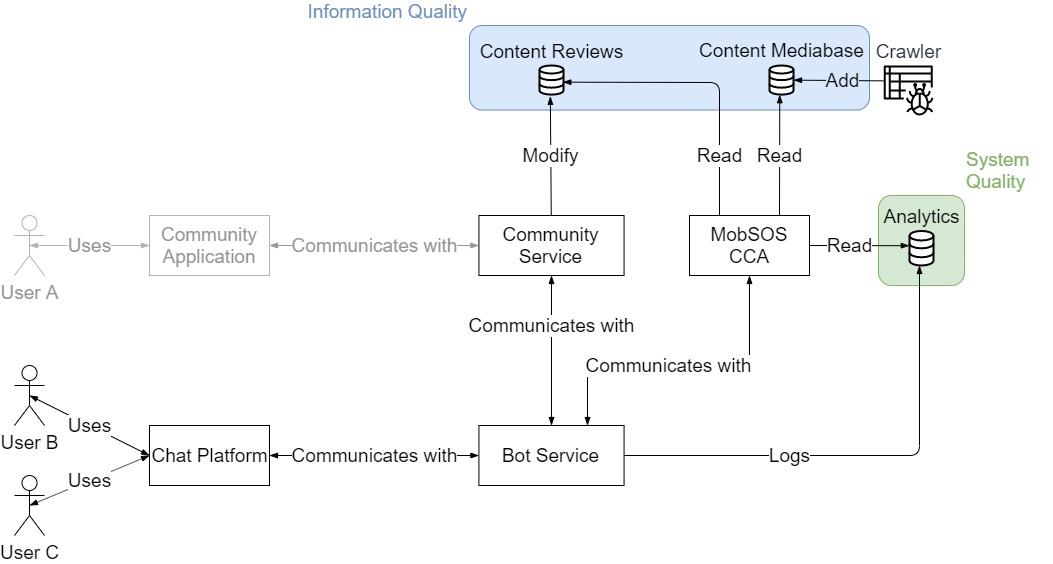
Above: figures/realization/Component_Diagramm.png in lakhoune/bachelor-thesis (draw.io), before the change. Source tidied: cells renumbered, new cells last; positions are measured from the earlier drawing's top-left corner, leaving out a move shared by most shapes. The source it was exported from:
```xml
<mxGraphModel background="#ffffff">
  <root>
    <mxCell id="0" />
    <mxCell id="1" parent="0" />
    <mxCell id="2" value="System Quality" style="rounded=1;whiteSpace=wrap;html=1;labelBackgroundColor=none;strokeColor=#82b366;fillColor=#d5e8d4;fontSize=19;labelPosition=right;verticalLabelPosition=top;align=left;verticalAlign=bottom;fontColor=#82B366;" parent="1" vertex="1">
      <mxGeometry x="864" y="170" width="86" height="90" as="geometry" />
    </mxCell>
    <mxCell id="3" value="Information Quality" style="rounded=1;whiteSpace=wrap;html=1;strokeColor=#6c8ebf;fillColor=#dae8fc;fontSize=19;labelPosition=left;verticalLabelPosition=top;align=right;verticalAlign=bottom;fontColor=#6C8EBF;labelBorderColor=none;" parent="1" vertex="1">
      <mxGeometry x="455" width="400" height="84.5" as="geometry" />
    </mxCell>
    <mxCell id="4" value="Uses" style="rounded=0;jettySize=auto;html=1;endArrow=blockThin;endFill=1;startArrow=blockThin;startFill=1;fontSize=19;entryX=0;entryY=0.5;entryDx=0;entryDy=0;exitX=0.5;exitY=0.5;exitDx=0;exitDy=0;exitPerimeter=0;" parent="1" edge="1" source="5" target="7">
      <mxGeometry relative="1" as="geometry" />
    </mxCell>
    <mxCell id="5" value="User B" style="shape=umlActor;verticalLabelPosition=bottom;labelBackgroundColor=#ffffff;verticalAlign=top;html=1;outlineConnect=0;fontSize=19;" parent="1" vertex="1">
      <mxGeometry y="340" width="30" height="60" as="geometry" />
    </mxCell>
    <mxCell id="6" style="group;fontSize=19;" parent="1" vertex="1">
      <mxGeometry x="135" y="400" width="125" height="60" as="geometry" />
    </mxCell>
    <mxCell id="7" style="rounded=0;whiteSpace=wrap;html=1;fontSize=19;" parent="6" vertex="1">
      <mxGeometry width="120" height="60" as="geometry" />
    </mxCell>
    <mxCell id="8" value="Chat Platform" style="text;html=1;align=center;verticalAlign=middle;fontSize=19;" parent="6" vertex="1">
      <mxGeometry x="-5" y="15" width="130" height="30" as="geometry" />
    </mxCell>
    <mxCell id="9" value="Communicates with" style="edgeStyle=orthogonalEdgeStyle;rounded=0;jettySize=auto;html=1;startArrow=blockThin;startFill=1;endArrow=blockThin;endFill=1;fontSize=19;" parent="1" edge="1" source="7" target="11">
      <mxGeometry relative="1" as="geometry" />
    </mxCell>
    <mxCell id="10" style="group;fontSize=19;" parent="1" vertex="1">
      <mxGeometry x="464.4" y="400" width="145.1" height="60" as="geometry" />
    </mxCell>
    <mxCell id="11" value="Bot Service" style="rounded=0;whiteSpace=wrap;html=1;fontSize=19;" parent="10" vertex="1">
      <mxGeometry width="145.1" height="60" as="geometry" />
    </mxCell>
    <mxCell id="12" value="Communicates with" style="rounded=0;jettySize=auto;html=1;startArrow=blockThin;startFill=1;endArrow=blockThin;endFill=1;entryX=0.5;entryY=0;entryDx=0;entryDy=0;exitX=0.5;exitY=1;exitDx=0;exitDy=0;fontSize=19;" parent="1" edge="1" source="22" target="11">
      <mxGeometry x="-0.33" relative="1" as="geometry" />
    </mxCell>
    <mxCell id="13" value="Communicates with" style="rounded=1;jettySize=auto;html=1;startArrow=blockThin;startFill=1;endArrow=blockThin;endFill=1;exitX=0.5;exitY=1;exitDx=0;exitDy=0;entryX=0.75;entryY=0;entryDx=0;entryDy=0;fontSize=19;edgeStyle=orthogonalEdgeStyle;" parent="1" edge="1" source="25" target="11">
      <mxGeometry x="0.1" relative="1" as="geometry">
        <Array as="points">
          <mxPoint x="715" y="340" />
          <mxPoint x="573" y="340" />
        </Array>
      </mxGeometry>
    </mxCell>
    <mxCell id="14" value="Modify" style="endArrow=blockThin;html=1;entryX=0.451;entryY=1.06;entryDx=0;entryDy=0;endFill=1;entryPerimeter=0;fontSize=19;" parent="1" edge="1" source="22" target="15">
      <mxGeometry relative="1" as="geometry" />
    </mxCell>
    <mxCell id="15" value="Content Reviews" style="html=1;verticalLabelPosition=top;align=center;labelBackgroundColor=none;verticalAlign=bottom;strokeWidth=2;strokeColor=#000000;shadow=0;dashed=0;shape=mxgraph.ios7.icons.data;labelPosition=center;fontSize=19;" parent="1" vertex="1">
      <mxGeometry x="525" y="40" width="24" height="29.1" as="geometry" />
    </mxCell>
    <mxCell id="16" value="Read" style="endArrow=none;html=1;entryX=0.25;entryY=0;entryDx=0;entryDy=0;exitX=0.972;exitY=0.573;exitDx=0;exitDy=0;exitPerimeter=0;startArrow=blockThin;startFill=1;endFill=0;fontSize=19;edgeStyle=orthogonalEdgeStyle;rounded=1;strokeWidth=1;strokeColor=#000000;" parent="1" edge="1" source="15" target="25">
      <mxGeometry x="0.59" relative="1" as="geometry" />
    </mxCell>
    <mxCell id="17" value="Read" style="edgeStyle=none;rounded=0;jettySize=auto;html=1;startArrow=none;startFill=0;endArrow=blockThin;endFill=1;entryX=0.428;entryY=1.004;entryDx=0;entryDy=0;entryPerimeter=0;fontSize=19;exitX=0.75;exitY=0;exitDx=0;exitDy=0;" parent="1" edge="1" source="25" target="19">
      <mxGeometry relative="1" as="geometry" />
    </mxCell>
    <mxCell id="18" value="Analytics" style="html=1;verticalLabelPosition=top;align=center;labelBackgroundColor=none;verticalAlign=bottom;strokeWidth=2;strokeColor=#000000;shadow=0;dashed=0;shape=mxgraph.ios7.icons.data;labelPosition=center;fontSize=19;" parent="1" vertex="1">
      <mxGeometry x="895" y="205.5" width="24" height="34.5" as="geometry" />
    </mxCell>
    <mxCell id="19" value="Content Mediabase" style="html=1;verticalLabelPosition=top;align=center;labelBackgroundColor=none;verticalAlign=middle;strokeWidth=2;strokeColor=#000000;shadow=0;dashed=0;shape=mxgraph.ios7.icons.data;labelPosition=center;fontSize=19;horizontal=1;spacingBottom=0;" parent="1" vertex="1">
      <mxGeometry x="755" y="40" width="24" height="29.1" as="geometry" />
    </mxCell>
    <mxCell id="20" value="Read" style="endArrow=blockThin;html=1;exitX=1;exitY=0.5;exitDx=0;exitDy=0;endFill=1;fontSize=19;entryX=-0.008;entryY=0.427;entryDx=0;entryDy=0;entryPerimeter=0;" parent="1" edge="1" source="25" target="18">
      <mxGeometry x="-0.2" relative="1" as="geometry" />
    </mxCell>
    <mxCell id="21" value="Logs" style="endArrow=blockThin;html=1;exitX=1;exitY=0.5;exitDx=0;exitDy=0;edgeStyle=orthogonalEdgeStyle;endFill=1;fontSize=19;" parent="1" edge="1" source="11">
      <mxGeometry x="-0.32" relative="1" as="geometry">
        <mxPoint x="905" y="240" as="targetPoint" />
      </mxGeometry>
    </mxCell>
    <mxCell id="22" value="Community Service" style="rounded=0;whiteSpace=wrap;html=1;strokeColor=#000000;fontSize=19;" parent="1" vertex="1">
      <mxGeometry x="464.4" y="190" width="145.1" height="60" as="geometry" />
    </mxCell>
    <mxCell id="23" value="User C" style="shape=umlActor;verticalLabelPosition=bottom;labelBackgroundColor=#ffffff;verticalAlign=top;html=1;outlineConnect=0;fontSize=19;" parent="1" vertex="1">
      <mxGeometry y="450" width="30" height="60" as="geometry" />
    </mxCell>
    <mxCell id="24" value="Uses" style="endArrow=blockThin;startArrow=blockThin;html=1;fontSize=19;entryX=0;entryY=0.5;entryDx=0;entryDy=0;startFill=1;endFill=1;exitX=0.5;exitY=0.5;exitDx=0;exitDy=0;exitPerimeter=0;" parent="1" edge="1" source="23" target="7">
      <mxGeometry relative="1" as="geometry" />
    </mxCell>
    <mxCell id="25" value="MobSOS CCA" style="rounded=0;whiteSpace=wrap;html=1;strokeColor=#000000;fontSize=19;" parent="1" vertex="1">
      <mxGeometry x="675" y="190" width="120" height="60" as="geometry" />
    </mxCell>
    <mxCell id="26" value="User A" style="shape=umlActor;verticalLabelPosition=bottom;labelBackgroundColor=#ffffff;verticalAlign=top;html=1;outlineConnect=0;strokeColor=#B3B3B3;fontSize=19;fontColor=#969696;" parent="1" vertex="1">
      <mxGeometry y="190" width="30" height="60" as="geometry" />
    </mxCell>
    <mxCell id="27" value="Communicates with" style="edgeStyle=none;jettySize=auto;html=1;startArrow=blockThin;startFill=1;endArrow=blockThin;endFill=1;fontSize=19;strokeColor=#969696;fontColor=#969696;" parent="1" edge="1" source="29" target="22">
      <mxGeometry relative="1" as="geometry" />
    </mxCell>
    <mxCell id="28" value="Uses" style="edgeStyle=none;jettySize=auto;html=1;entryX=0.5;entryY=0.5;entryDx=0;entryDy=0;entryPerimeter=0;startArrow=blockThin;startFill=1;endArrow=blockThin;endFill=1;fontSize=19;strokeColor=#B3B3B3;fontColor=#969696;" parent="1" edge="1" source="29" target="26">
      <mxGeometry relative="1" as="geometry" />
    </mxCell>
    <mxCell id="29" value="Community Application" style="rounded=0;whiteSpace=wrap;html=1;strokeColor=#B3B3B3;fontSize=19;fontColor=#969696;" parent="1" vertex="1">
      <mxGeometry x="135" y="190" width="120" height="60" as="geometry" />
    </mxCell>
    <mxCell id="30" value="Crawler" style="outlineConnect=0;fontColor=#232F3E;gradientColor=none;fillColor=#000000;strokeColor=none;dashed=0;verticalLabelPosition=top;verticalAlign=bottom;align=center;html=1;fontSize=19;fontStyle=0;shape=mxgraph.aws4.glue_crawlers;labelPosition=center;" parent="1" vertex="1">
      <mxGeometry x="869" y="40" width="50" height="50" as="geometry" />
    </mxCell>
    <mxCell id="31" value="Add" style="endArrow=blockThin;html=1;fontSize=19;endFill=1;exitX=0;exitY=0.307;exitDx=0;exitDy=0;exitPerimeter=0;labelBackgroundColor=#DAE8FC;" parent="1" edge="1" source="30" target="19">
      <mxGeometry x="-0.1" relative="1" as="geometry" />
    </mxCell>
  </root>
</mxGraphModel>
```
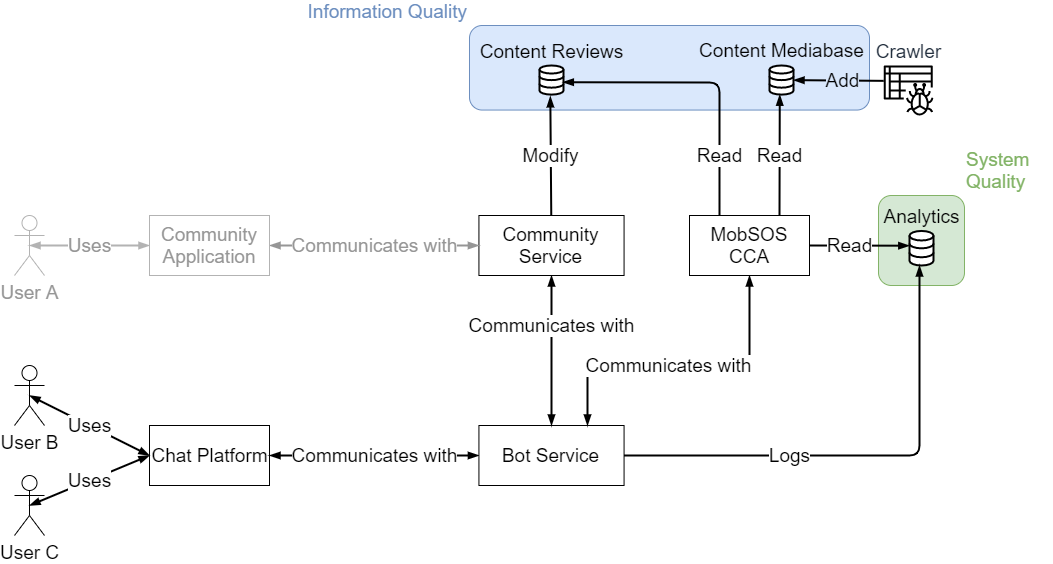
After the change.

Commit message:
[2] MobSOS CCA

Diff of the diagram source:
```diff
@@ -8,7 +8,7 @@
     <mxCell id="3" value="Information Quality" style="rounded=1;whiteSpace=wrap;html=1;strokeColor=#6c8ebf;fillColor=#dae8fc;fontSize=19;labelPosition=left;verticalLabelPosition=top;align=right;verticalAlign=bottom;fontColor=#6C8EBF;labelBorderColor=none;" parent="1" vertex="1">
       <mxGeometry x="455" width="400" height="84.5" as="geometry" />
     </mxCell>
-    <mxCell id="4" value="Uses" style="rounded=0;jettySize=auto;html=1;endArrow=blockThin;endFill=1;startArrow=blockThin;startFill=1;fontSize=19;entryX=0;entryY=0.5;entryDx=0;entryDy=0;exitX=0.5;exitY=0.5;exitDx=0;exitDy=0;exitPerimeter=0;" parent="1" edge="1" source="5" target="7">
+    <mxCell id="4" value="Uses" style="rounded=0;jettySize=auto;html=1;endArrow=blockThin;endFill=1;startArrow=blockThin;startFill=1;fontSize=19;entryX=0;entryY=0.5;entryDx=0;entryDy=0;exitX=0.5;exitY=0.5;exitDx=0;exitDy=0;exitPerimeter=0;strokeWidth=2;" parent="1" edge="1" source="5" target="7">
       <mxGeometry relative="1" as="geometry" />
     </mxCell>
     <mxCell id="5" value="User B" style="shape=umlActor;verticalLabelPosition=bottom;labelBackgroundColor=#ffffff;verticalAlign=top;html=1;outlineConnect=0;fontSize=19;" parent="1" vertex="1">
@@ -23,7 +23,7 @@
     <mxCell id="8" value="Chat Platform" style="text;html=1;align=center;verticalAlign=middle;fontSize=19;" parent="6" vertex="1">
       <mxGeometry x="-5" y="15" width="130" height="30" as="geometry" />
     </mxCell>
-    <mxCell id="9" value="Communicates with" style="edgeStyle=orthogonalEdgeStyle;rounded=0;jettySize=auto;html=1;startArrow=blockThin;startFill=1;endArrow=blockThin;endFill=1;fontSize=19;" parent="1" edge="1" source="7" target="11">
+    <mxCell id="9" value="Communicates with" style="edgeStyle=orthogonalEdgeStyle;rounded=0;jettySize=auto;html=1;startArrow=blockThin;startFill=1;endArrow=blockThin;endFill=1;fontSize=19;strokeWidth=2;" parent="1" edge="1" source="7" target="11">
       <mxGeometry relative="1" as="geometry" />
     </mxCell>
     <mxCell id="10" style="group;fontSize=19;" parent="1" vertex="1">
@@ -32,10 +32,10 @@
     <mxCell id="11" value="Bot Service" style="rounded=0;whiteSpace=wrap;html=1;fontSize=19;" parent="10" vertex="1">
       <mxGeometry width="145.1" height="60" as="geometry" />
     </mxCell>
-    <mxCell id="12" value="Communicates with" style="rounded=0;jettySize=auto;html=1;startArrow=blockThin;startFill=1;endArrow=blockThin;endFill=1;entryX=0.5;entryY=0;entryDx=0;entryDy=0;exitX=0.5;exitY=1;exitDx=0;exitDy=0;fontSize=19;" parent="1" edge="1" source="22" target="11">
+    <mxCell id="12" value="Communicates with" style="rounded=0;jettySize=auto;html=1;startArrow=blockThin;startFill=1;endArrow=blockThin;endFill=1;entryX=0.5;entryY=0;entryDx=0;entryDy=0;exitX=0.5;exitY=1;exitDx=0;exitDy=0;fontSize=19;strokeWidth=2;" parent="1" edge="1" source="22" target="11">
       <mxGeometry x="-0.33" relative="1" as="geometry" />
     </mxCell>
-    <mxCell id="13" value="Communicates with" style="rounded=1;jettySize=auto;html=1;startArrow=blockThin;startFill=1;endArrow=blockThin;endFill=1;exitX=0.5;exitY=1;exitDx=0;exitDy=0;entryX=0.75;entryY=0;entryDx=0;entryDy=0;fontSize=19;edgeStyle=orthogonalEdgeStyle;" parent="1" edge="1" source="25" target="11">
+    <mxCell id="13" value="Communicates with" style="rounded=1;jettySize=auto;html=1;startArrow=blockThin;startFill=1;endArrow=blockThin;endFill=1;exitX=0.5;exitY=1;exitDx=0;exitDy=0;entryX=0.75;entryY=0;entryDx=0;entryDy=0;fontSize=19;edgeStyle=orthogonalEdgeStyle;strokeWidth=2;" parent="1" edge="1" source="25" target="11">
       <mxGeometry x="0.1" relative="1" as="geometry">
         <Array as="points">
           <mxPoint x="715" y="340" />
@@ -43,16 +43,16 @@
         </Array>
       </mxGeometry>
     </mxCell>
-    <mxCell id="14" value="Modify" style="endArrow=blockThin;html=1;entryX=0.451;entryY=1.06;entryDx=0;entryDy=0;endFill=1;entryPerimeter=0;fontSize=19;" parent="1" edge="1" source="22" target="15">
+    <mxCell id="14" value="Modify" style="endArrow=blockThin;html=1;entryX=0.451;entryY=1.06;entryDx=0;entryDy=0;endFill=1;entryPerimeter=0;fontSize=19;strokeWidth=2;" parent="1" edge="1" source="22" target="15">
       <mxGeometry relative="1" as="geometry" />
     </mxCell>
     <mxCell id="15" value="Content Reviews" style="html=1;verticalLabelPosition=top;align=center;labelBackgroundColor=none;verticalAlign=bottom;strokeWidth=2;strokeColor=#000000;shadow=0;dashed=0;shape=mxgraph.ios7.icons.data;labelPosition=center;fontSize=19;" parent="1" vertex="1">
       <mxGeometry x="525" y="40" width="24" height="29.1" as="geometry" />
     </mxCell>
-    <mxCell id="16" value="Read" style="endArrow=none;html=1;entryX=0.25;entryY=0;entryDx=0;entryDy=0;exitX=0.972;exitY=0.573;exitDx=0;exitDy=0;exitPerimeter=0;startArrow=blockThin;startFill=1;endFill=0;fontSize=19;edgeStyle=orthogonalEdgeStyle;rounded=1;strokeWidth=1;strokeColor=#000000;" parent="1" edge="1" source="15" target="25">
+    <mxCell id="16" value="Read" style="endArrow=none;html=1;entryX=0.25;entryY=0;entryDx=0;entryDy=0;exitX=0.972;exitY=0.573;exitDx=0;exitDy=0;exitPerimeter=0;startArrow=blockThin;startFill=1;endFill=0;fontSize=19;edgeStyle=orthogonalEdgeStyle;rounded=1;strokeWidth=2;strokeColor=#000000;" parent="1" edge="1" source="15" target="25">
       <mxGeometry x="0.59" relative="1" as="geometry" />
     </mxCell>
-    <mxCell id="17" value="Read" style="edgeStyle=none;rounded=0;jettySize=auto;html=1;startArrow=none;startFill=0;endArrow=blockThin;endFill=1;entryX=0.428;entryY=1.004;entryDx=0;entryDy=0;entryPerimeter=0;fontSize=19;exitX=0.75;exitY=0;exitDx=0;exitDy=0;" parent="1" edge="1" source="25" target="19">
+    <mxCell id="17" value="Read" style="edgeStyle=none;rounded=0;jettySize=auto;html=1;startArrow=none;startFill=0;endArrow=blockThin;endFill=1;entryX=0.428;entryY=1.004;entryDx=0;entryDy=0;entryPerimeter=0;fontSize=19;exitX=0.75;exitY=0;exitDx=0;exitDy=0;strokeWidth=2;" parent="1" edge="1" source="25" target="19">
       <mxGeometry relative="1" as="geometry" />
     </mxCell>
     <mxCell id="18" value="Analytics" style="html=1;verticalLabelPosition=top;align=center;labelBackgroundColor=none;verticalAlign=bottom;strokeWidth=2;strokeColor=#000000;shadow=0;dashed=0;shape=mxgraph.ios7.icons.data;labelPosition=center;fontSize=19;" parent="1" vertex="1">
@@ -61,10 +61,10 @@
     <mxCell id="19" value="Content Mediabase" style="html=1;verticalLabelPosition=top;align=center;labelBackgroundColor=none;verticalAlign=middle;strokeWidth=2;strokeColor=#000000;shadow=0;dashed=0;shape=mxgraph.ios7.icons.data;labelPosition=center;fontSize=19;horizontal=1;spacingBottom=0;" parent="1" vertex="1">
       <mxGeometry x="755" y="40" width="24" height="29.1" as="geometry" />
     </mxCell>
-    <mxCell id="20" value="Read" style="endArrow=blockThin;html=1;exitX=1;exitY=0.5;exitDx=0;exitDy=0;endFill=1;fontSize=19;entryX=-0.008;entryY=0.427;entryDx=0;entryDy=0;entryPerimeter=0;" parent="1" edge="1" source="25" target="18">
+    <mxCell id="20" value="Read" style="endArrow=blockThin;html=1;exitX=1;exitY=0.5;exitDx=0;exitDy=0;endFill=1;fontSize=19;entryX=-0.008;entryY=0.427;entryDx=0;entryDy=0;entryPerimeter=0;strokeWidth=2;" parent="1" edge="1" source="25" target="18">
       <mxGeometry x="-0.2" relative="1" as="geometry" />
     </mxCell>
-    <mxCell id="21" value="Logs" style="endArrow=blockThin;html=1;exitX=1;exitY=0.5;exitDx=0;exitDy=0;edgeStyle=orthogonalEdgeStyle;endFill=1;fontSize=19;" parent="1" edge="1" source="11">
+    <mxCell id="21" value="Logs" style="endArrow=blockThin;html=1;exitX=1;exitY=0.5;exitDx=0;exitDy=0;edgeStyle=orthogonalEdgeStyle;endFill=1;fontSize=19;strokeWidth=2;" parent="1" edge="1" source="11">
       <mxGeometry x="-0.32" relative="1" as="geometry">
         <mxPoint x="905" y="240" as="targetPoint" />
       </mxGeometry>
@@ -75,7 +75,7 @@
     <mxCell id="23" value="User C" style="shape=umlActor;verticalLabelPosition=bottom;labelBackgroundColor=#ffffff;verticalAlign=top;html=1;outlineConnect=0;fontSize=19;" parent="1" vertex="1">
       <mxGeometry y="450" width="30" height="60" as="geometry" />
     </mxCell>
-    <mxCell id="24" value="Uses" style="endArrow=blockThin;startArrow=blockThin;html=1;fontSize=19;entryX=0;entryY=0.5;entryDx=0;entryDy=0;startFill=1;endFill=1;exitX=0.5;exitY=0.5;exitDx=0;exitDy=0;exitPerimeter=0;" parent="1" edge="1" source="23" target="7">
+    <mxCell id="24" value="Uses" style="endArrow=blockThin;startArrow=blockThin;html=1;fontSize=19;entryX=0;entryY=0.5;entryDx=0;entryDy=0;startFill=1;endFill=1;exitX=0.5;exitY=0.5;exitDx=0;exitDy=0;exitPerimeter=0;strokeWidth=2;" parent="1" edge="1" source="23" target="7">
       <mxGeometry relative="1" as="geometry" />
     </mxCell>
     <mxCell id="25" value="MobSOS CCA" style="rounded=0;whiteSpace=wrap;html=1;strokeColor=#000000;fontSize=19;" parent="1" vertex="1">
@@ -84,10 +84,10 @@
     <mxCell id="26" value="User A" style="shape=umlActor;verticalLabelPosition=bottom;labelBackgroundColor=#ffffff;verticalAlign=top;html=1;outlineConnect=0;strokeColor=#B3B3B3;fontSize=19;fontColor=#969696;" parent="1" vertex="1">
       <mxGeometry y="190" width="30" height="60" as="geometry" />
     </mxCell>
-    <mxCell id="27" value="Communicates with" style="edgeStyle=none;jettySize=auto;html=1;startArrow=blockThin;startFill=1;endArrow=blockThin;endFill=1;fontSize=19;strokeColor=#969696;fontColor=#969696;" parent="1" edge="1" source="29" target="22">
+    <mxCell id="27" value="Communicates with" style="edgeStyle=none;jettySize=auto;html=1;startArrow=blockThin;startFill=1;endArrow=blockThin;endFill=1;fontSize=19;strokeColor=#969696;fontColor=#969696;strokeWidth=2;" parent="1" edge="1" source="29" target="22">
       <mxGeometry relative="1" as="geometry" />
     </mxCell>
-    <mxCell id="28" value="Uses" style="edgeStyle=none;jettySize=auto;html=1;entryX=0.5;entryY=0.5;entryDx=0;entryDy=0;entryPerimeter=0;startArrow=blockThin;startFill=1;endArrow=blockThin;endFill=1;fontSize=19;strokeColor=#B3B3B3;fontColor=#969696;" parent="1" edge="1" source="29" target="26">
+    <mxCell id="28" value="Uses" style="edgeStyle=none;jettySize=auto;html=1;entryX=0.5;entryY=0.5;entryDx=0;entryDy=0;entryPerimeter=0;startArrow=blockThin;startFill=1;endArrow=blockThin;endFill=1;fontSize=19;strokeColor=#B3B3B3;fontColor=#969696;strokeWidth=2;" parent="1" edge="1" source="29" target="26">
       <mxGeometry relative="1" as="geometry" />
     </mxCell>
     <mxCell id="29" value="Community Application" style="rounded=0;whiteSpace=wrap;html=1;strokeColor=#B3B3B3;fontSize=19;fontColor=#969696;" parent="1" vertex="1">
@@ -96,7 +96,7 @@
     <mxCell id="30" value="Crawler" style="outlineConnect=0;fontColor=#232F3E;gradientColor=none;fillColor=#000000;strokeColor=none;dashed=0;verticalLabelPosition=top;verticalAlign=bottom;align=center;html=1;fontSize=19;fontStyle=0;shape=mxgraph.aws4.glue_crawlers;labelPosition=center;" parent="1" vertex="1">
       <mxGeometry x="869" y="40" width="50" height="50" as="geometry" />
     </mxCell>
-    <mxCell id="31" value="Add" style="endArrow=blockThin;html=1;fontSize=19;endFill=1;exitX=0;exitY=0.307;exitDx=0;exitDy=0;exitPerimeter=0;labelBackgroundColor=#DAE8FC;" parent="1" edge="1" source="30" target="19">
+    <mxCell id="31" value="Add" style="endArrow=blockThin;html=1;fontSize=19;endFill=1;exitX=0;exitY=0.307;exitDx=0;exitDy=0;exitPerimeter=0;labelBackgroundColor=#DAE8FC;strokeWidth=2;" parent="1" edge="1" source="30" target="19">
       <mxGeometry x="-0.1" relative="1" as="geometry" />
     </mxCell>
   </root>
```
